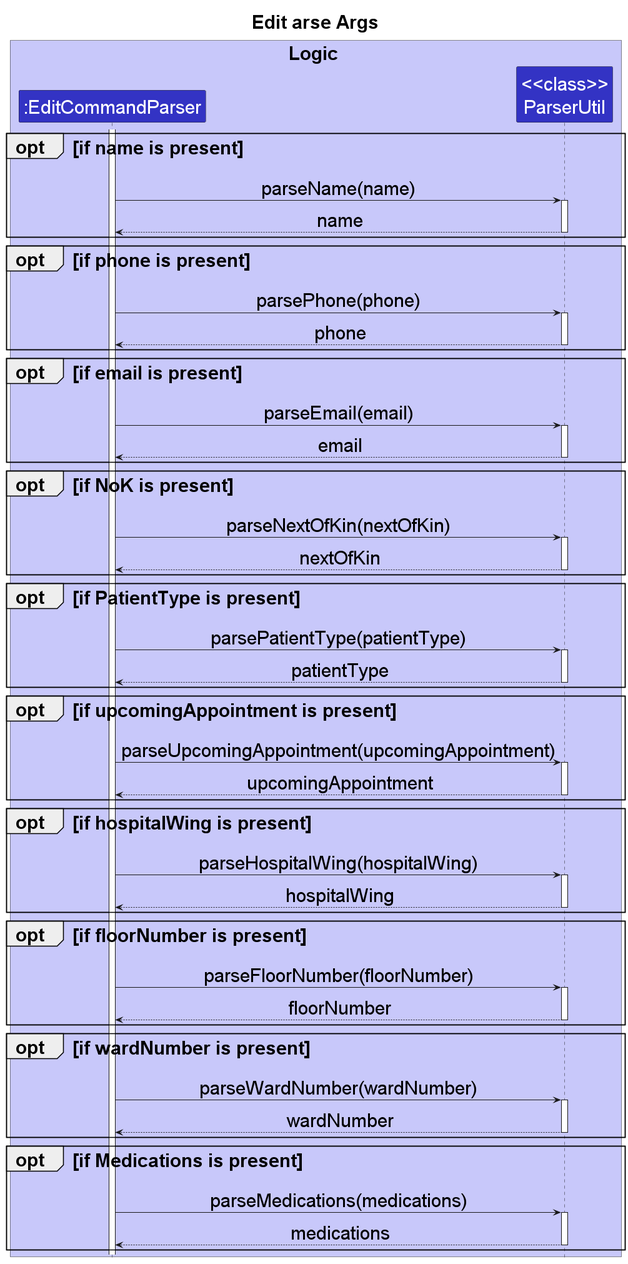
Above: docs/images/dg-images/EditCommandParseArgsSequenceDiagram.png in nus-cs2103-AY2223S1/tp (PlantUML), before the change. The source it was exported from:
```plantuml
@startuml
!include style.puml

skinparam defaultFontSize 30
skinparam titleFontSize 30


title Edit arse Args

box Logic LOGIC_COLOR_T1
participant ":EditCommandParser" as EditCommandParser LOGIC_COLOR
participant "<<class>>\nParserUtil" as ParserUtil LOGIC_COLOR
end box
box

activate EditCommandParser

opt if name is present
EditCommandParser->ParserUtil:parseName(name)
activate ParserUtil
return name
end opt

opt if phone is present
EditCommandParser->ParserUtil:parsePhone(phone)
activate ParserUtil
return phone
end opt

opt if email is present
EditCommandParser->ParserUtil:parseEmail(email)
activate ParserUtil
return email
end opt

opt if NoK is present
EditCommandParser->ParserUtil:parseNextOfKin(nextOfKin)
activate ParserUtil
return nextOfKin
end opt

opt if PatientType is present
EditCommandParser->ParserUtil:parsePatientType(patientType)
activate ParserUtil
return patientType
end opt

opt if upcomingAppointment is present
EditCommandParser->ParserUtil:parseUpcomingAppointment(upcomingAppointment)
activate ParserUtil
return upcomingAppointment
end opt

opt if hospitalWing is present
EditCommandParser->ParserUtil:parseHospitalWing(hospitalWing)
activate ParserUtil
return hospitalWing
end opt

opt if floorNumber is present
EditCommandParser->ParserUtil:parseFloorNumber(floorNumber)
activate ParserUtil
return floorNumber
end opt

opt if wardNumber is present
EditCommandParser->ParserUtil:parseWardNumber(wardNumber)
activate ParserUtil
return wardNumber
end opt

opt if Medications is present
EditCommandParser->ParserUtil:parseMedications(medications)
activate ParserUtil
return medications
end opt
@enduml
```
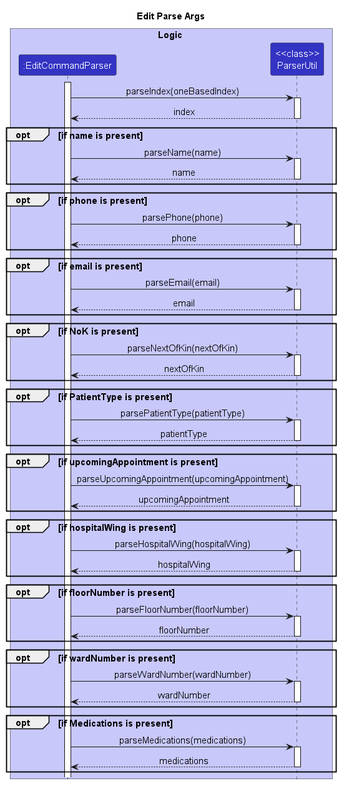
The same diagram one commit later.

The edit, as a diff of the source:
```diff
@@ -1,11 +1,10 @@
 @startuml
 !include style.puml
 
-skinparam defaultFontSize 30
-skinparam titleFontSize 30
+skinparam defaultFontSize 15
+skinparam titleFontSize 15
 
-
-title Edit arse Args
+title Edit Parse Args
 
 box Logic LOGIC_COLOR_T1
 participant ":EditCommandParser" as EditCommandParser LOGIC_COLOR
@@ -14,6 +13,11 @@
 box
 
 activate EditCommandParser
+
+EditCommandParser->ParserUtil:parseIndex(oneBasedIndex)
+activate ParserUtil
+return index
+
 
 opt if name is present
 EditCommandParser->ParserUtil:parseName(name)
```
